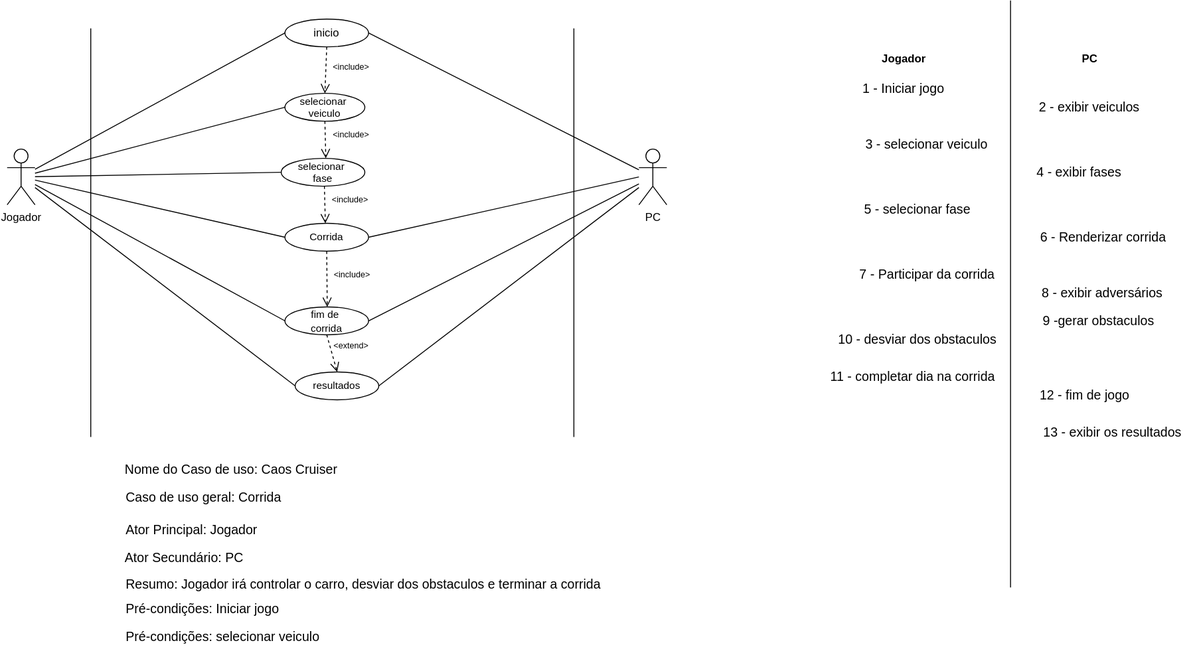
Before: diagrama caso de uso Enduro.drawio.svg, a diagram exported from draw.io (YosagiGames/CaosCruiser). Source tidied: cells renumbered, new cells last; positions are measured from the earlier drawing's top-left corner, leaving out a move shared by most shapes.
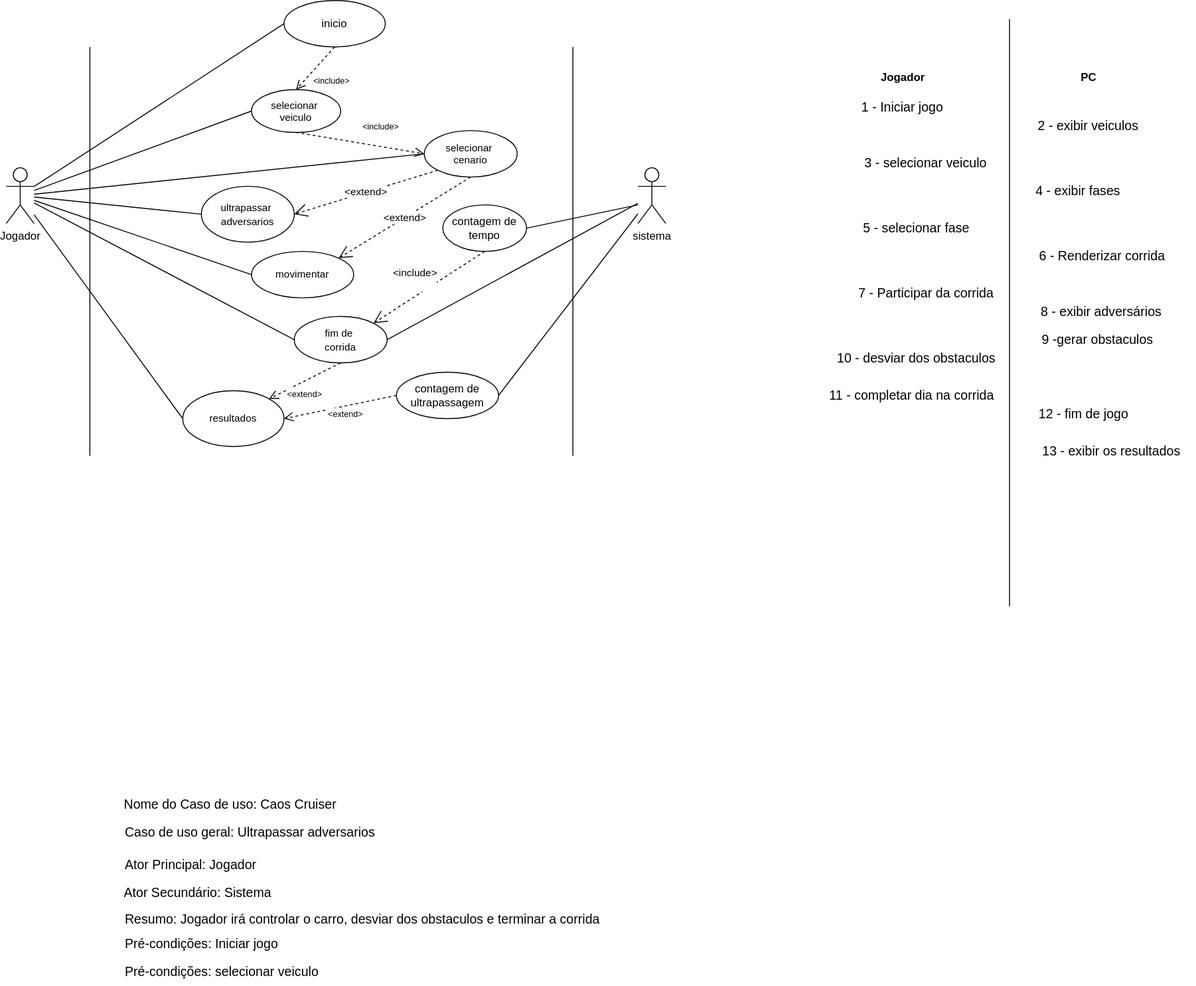
Later version of the same file.

Change to the diagram source:
```diff
@@ -17,26 +17,23 @@
     <mxCell id="4" value="Jogador&lt;div&gt;&lt;br&gt;&lt;/div&gt;" style="shape=umlActor;verticalLabelPosition=bottom;verticalAlign=top;html=1;outlineConnect=0;" parent="1" vertex="1">
       <mxGeometry y="160" width="30" height="60" as="geometry" />
     </mxCell>
-    <mxCell id="5" value="PC&lt;div&gt;&lt;br&gt;&lt;/div&gt;" style="shape=umlActor;verticalLabelPosition=bottom;verticalAlign=top;html=1;outlineConnect=0;" parent="1" vertex="1">
+    <mxCell id="5" value="&lt;div&gt;sistema&lt;/div&gt;" style="shape=umlActor;verticalLabelPosition=bottom;verticalAlign=top;html=1;outlineConnect=0;" parent="1" vertex="1">
       <mxGeometry x="680" y="160" width="30" height="60" as="geometry" />
     </mxCell>
     <mxCell id="6" value="inicio" style="ellipse;whiteSpace=wrap;html=1;" parent="1" vertex="1">
-      <mxGeometry x="299" y="20" width="90" height="30" as="geometry" />
+      <mxGeometry x="299" y="-20" width="109" height="50" as="geometry" />
     </mxCell>
     <mxCell id="7" value="&lt;font style=&quot;font-size: 11px;&quot;&gt;selecionar&amp;nbsp;&lt;/font&gt;&lt;div style=&quot;font-size: 11px;&quot;&gt;&lt;font style=&quot;font-size: 11px;&quot;&gt;veiculo&lt;/font&gt;&lt;/div&gt;" style="ellipse;whiteSpace=wrap;html=1;" parent="1" vertex="1">
-      <mxGeometry x="299" y="100" width="86" height="30" as="geometry" />
+      <mxGeometry x="264" y="76" width="96" height="46" as="geometry" />
     </mxCell>
-    <mxCell id="8" value="&lt;font style=&quot;font-size: 11px;&quot;&gt;selecionar&amp;nbsp;&lt;/font&gt;&lt;div style=&quot;font-size: 11px;&quot;&gt;&lt;font style=&quot;font-size: 11px;&quot;&gt;fase&lt;/font&gt;&lt;/div&gt;" style="ellipse;whiteSpace=wrap;html=1;" parent="1" vertex="1">
-      <mxGeometry x="295" y="170" width="90" height="30" as="geometry" />
+    <mxCell id="8" value="&lt;font style=&quot;font-size: 11px;&quot;&gt;selecionar&amp;nbsp;&lt;/font&gt;&lt;div style=&quot;font-size: 11px;&quot;&gt;cenario&lt;/div&gt;" style="ellipse;whiteSpace=wrap;html=1;" parent="1" vertex="1">
+      <mxGeometry x="450" y="120" width="100" height="50" as="geometry" />
     </mxCell>
-    <mxCell id="9" value="&lt;span style=&quot;font-size: 11px;&quot;&gt;Corrida&lt;/span&gt;" style="ellipse;whiteSpace=wrap;html=1;" parent="1" vertex="1">
-      <mxGeometry x="299" y="240" width="90" height="30" as="geometry" />
-    </mxCell>
     <mxCell id="10" value="&lt;span style=&quot;font-size: 11px;&quot;&gt;fim de&amp;nbsp;&lt;/span&gt;&lt;div&gt;&lt;span style=&quot;font-size: 11px;&quot;&gt;corrida&lt;/span&gt;&lt;/div&gt;" style="ellipse;whiteSpace=wrap;html=1;" parent="1" vertex="1">
-      <mxGeometry x="299" y="330" width="90" height="30" as="geometry" />
+      <mxGeometry x="310" y="320" width="100" height="50" as="geometry" />
     </mxCell>
     <mxCell id="11" value="&lt;span style=&quot;font-size: 11px;&quot;&gt;resultados&lt;/span&gt;" style="ellipse;whiteSpace=wrap;html=1;" parent="1" vertex="1">
-      <mxGeometry x="310" y="400" width="90" height="30" as="geometry" />
+      <mxGeometry x="190" y="400" width="109" height="60" as="geometry" />
     </mxCell>
     <mxCell id="12" style="endArrow=none;html=1;rounded=0;entryX=0;entryY=0.5;entryDx=0;entryDy=0;" parent="1" edge="1" source="4" target="6">
       <mxGeometry relative="1" as="geometry" />
@@ -47,7 +44,7 @@
     <mxCell id="14" style="endArrow=none;html=1;rounded=0;entryX=0;entryY=0.5;entryDx=0;entryDy=0;" parent="1" edge="1" source="4" target="8">
       <mxGeometry relative="1" as="geometry" />
     </mxCell>
-    <mxCell id="15" style="endArrow=none;html=1;rounded=0;entryX=0;entryY=0.5;entryDx=0;entryDy=0;" parent="1" edge="1" source="4" target="9">
+    <mxCell id="15" style="endArrow=none;html=1;rounded=0;entryX=0;entryY=0.5;entryDx=0;entryDy=0;" parent="1" edge="1" source="4" target="51">
       <mxGeometry relative="1" as="geometry" />
     </mxCell>
     <mxCell id="16" style="endArrow=none;html=1;rounded=0;entryX=0;entryY=0.5;entryDx=0;entryDy=0;" parent="1" edge="1" source="4" target="10">
@@ -56,43 +53,17 @@
     <mxCell id="17" style="endArrow=none;html=1;rounded=0;entryX=0;entryY=0.5;entryDx=0;entryDy=0;" parent="1" edge="1" source="4" target="11">
       <mxGeometry relative="1" as="geometry" />
     </mxCell>
-    <mxCell id="18" style="endArrow=none;html=1;rounded=0;entryX=1;entryY=0.5;entryDx=0;entryDy=0;" parent="1" edge="1" source="5" target="6">
-      <mxGeometry relative="1" as="geometry" />
-    </mxCell>
-    <mxCell id="19" style="endArrow=none;html=1;rounded=0;entryX=1;entryY=0.5;entryDx=0;entryDy=0;" parent="1" edge="1" target="9">
-      <mxGeometry relative="1" as="geometry">
-        <mxPoint x="680" y="190" as="sourcePoint" />
-      </mxGeometry>
-    </mxCell>
     <mxCell id="20" style="endArrow=none;html=1;rounded=0;entryX=1;entryY=0.5;entryDx=0;entryDy=0;" parent="1" edge="1" source="5" target="10">
       <mxGeometry relative="1" as="geometry" />
     </mxCell>
-    <mxCell id="21" style="endArrow=none;html=1;rounded=0;entryX=1;entryY=0.5;entryDx=0;entryDy=0;" parent="1" edge="1" source="5" target="11">
-      <mxGeometry relative="1" as="geometry" />
-    </mxCell>
     <mxCell id="22" value="&lt;font style=&quot;font-size: 9px;&quot;&gt;&amp;lt;include&amp;gt;&lt;/font&gt;" style="html=1;verticalAlign=bottom;endArrow=open;dashed=1;endSize=8;curved=0;rounded=0;exitX=0.5;exitY=1;exitDx=0;exitDy=0;entryX=0.5;entryY=0;entryDx=0;entryDy=0;" parent="1" edge="1" source="6" target="7">
       <mxGeometry x="0.16" y="27" relative="1" as="geometry" />
     </mxCell>
-    <mxCell id="23" value="&lt;font style=&quot;font-size: 9px;&quot;&gt;&amp;lt;include&amp;gt;&lt;/font&gt;" style="html=1;verticalAlign=bottom;endArrow=open;dashed=1;endSize=8;curved=0;rounded=0;exitX=0.5;exitY=1;exitDx=0;exitDy=0;entryX=0.5;entryY=0;entryDx=0;entryDy=0;" parent="1" edge="1" source="7">
-      <mxGeometry x="0.16" y="27" relative="1" as="geometry">
-        <mxPoint x="343" y="170" as="targetPoint" />
-      </mxGeometry>
+    <mxCell id="23" value="&lt;font style=&quot;font-size: 9px;&quot;&gt;&amp;lt;include&amp;gt;&lt;/font&gt;" style="html=1;verticalAlign=bottom;endArrow=open;dashed=1;endSize=8;curved=0;rounded=0;exitX=0.5;exitY=1;exitDx=0;exitDy=0;entryX=0;entryY=0.5;entryDx=0;entryDy=0;" parent="1" edge="1" source="7" target="8">
+      <mxGeometry x="0.28" y="13" relative="1" as="geometry" />
     </mxCell>
-    <mxCell id="24" value="&lt;font style=&quot;font-size: 9px;&quot;&gt;&amp;lt;include&amp;gt;&lt;/font&gt;" style="html=1;verticalAlign=bottom;endArrow=open;dashed=1;endSize=8;curved=0;rounded=0;exitX=0.5;exitY=1;exitDx=0;exitDy=0;entryX=0.5;entryY=0;entryDx=0;entryDy=0;" parent="1" edge="1">
-      <mxGeometry x="0.16" y="27" relative="1" as="geometry">
-        <mxPoint x="341.5" y="200" as="sourcePoint" />
-        <mxPoint x="342.5" y="240" as="targetPoint" />
-      </mxGeometry>
-    </mxCell>
-    <mxCell id="25" value="&lt;font style=&quot;font-size: 9px;&quot;&gt;&amp;lt;include&amp;gt;&lt;/font&gt;" style="html=1;verticalAlign=bottom;endArrow=open;dashed=1;endSize=8;curved=0;rounded=0;exitX=0.5;exitY=1;exitDx=0;exitDy=0;entryX=0.5;entryY=0;entryDx=0;entryDy=0;" parent="1" edge="1" source="9">
-      <mxGeometry x="0.16" y="27" relative="1" as="geometry">
-        <mxPoint x="344.5" y="330" as="targetPoint" />
-      </mxGeometry>
-    </mxCell>
-    <mxCell id="26" value="&lt;font style=&quot;font-size: 9px;&quot;&gt;&amp;lt;extend&amp;gt;&lt;/font&gt;" style="html=1;verticalAlign=bottom;endArrow=open;dashed=1;endSize=8;curved=0;rounded=0;exitX=0.5;exitY=1;exitDx=0;exitDy=0;entryX=0.5;entryY=0;entryDx=0;entryDy=0;" parent="1" edge="1" source="10">
-      <mxGeometry x="0.27" y="20" relative="1" as="geometry">
-        <mxPoint x="355.2" y="400" as="targetPoint" />
-      </mxGeometry>
+    <mxCell id="26" value="&lt;font style=&quot;font-size: 9px;&quot;&gt;&amp;lt;extend&amp;gt;&lt;/font&gt;" style="html=1;verticalAlign=bottom;endArrow=open;dashed=1;endSize=8;curved=0;rounded=0;exitX=0.5;exitY=1;exitDx=0;exitDy=0;entryX=1;entryY=0;entryDx=0;entryDy=0;" parent="1" edge="1" source="10" target="11">
+      <mxGeometry x="0.27" y="20" relative="1" as="geometry" />
     </mxCell>
     <mxCell id="27" value="Jogador" style="text;align=center;fontStyle=1;verticalAlign=middle;spacingLeft=3;spacingRight=3;strokeColor=none;html=1;" parent="1" vertex="1">
       <mxGeometry x="925" y="50" width="80" height="26" as="geometry" />
@@ -107,25 +78,25 @@
       </mxGeometry>
     </mxCell>
     <mxCell id="30" value="&lt;font style=&quot;font-size: 14px;&quot;&gt;Nome do Caso de uso: Caos Cruiser&lt;/font&gt;" style="text;html=1;align=left;verticalAlign=middle;whiteSpace=wrap;rounded=0;" parent="1" vertex="1">
-      <mxGeometry x="124.5" y="490" width="450" height="30" as="geometry" />
+      <mxGeometry x="124.5" y="830" width="450" height="30" as="geometry" />
     </mxCell>
-    <mxCell id="31" value="&lt;font style=&quot;font-size: 14px;&quot;&gt;Caso de uso geral: Corrida&lt;/font&gt;" style="text;html=1;align=left;verticalAlign=middle;whiteSpace=wrap;rounded=0;" parent="1" vertex="1">
-      <mxGeometry x="125.5" y="520" width="450" height="30" as="geometry" />
+    <mxCell id="31" value="&lt;font style=&quot;font-size: 14px;&quot;&gt;Caso de uso geral: Ultrapassar adversarios&lt;/font&gt;" style="text;html=1;align=left;verticalAlign=middle;whiteSpace=wrap;rounded=0;" parent="1" vertex="1">
+      <mxGeometry x="125.5" y="860" width="450" height="30" as="geometry" />
     </mxCell>
     <mxCell id="32" value="&lt;font style=&quot;font-size: 14px;&quot;&gt;Ator Principal: Jogador&lt;/font&gt;" style="text;html=1;align=left;verticalAlign=middle;whiteSpace=wrap;rounded=0;" parent="1" vertex="1">
-      <mxGeometry x="125.5" y="555" width="450" height="30" as="geometry" />
+      <mxGeometry x="125.5" y="895" width="450" height="30" as="geometry" />
     </mxCell>
-    <mxCell id="33" value="&lt;font style=&quot;font-size: 14px;&quot;&gt;Ator Secundário: PC&lt;/font&gt;" style="text;html=1;align=left;verticalAlign=middle;whiteSpace=wrap;rounded=0;" parent="1" vertex="1">
-      <mxGeometry x="124.5" y="584.5" width="450" height="30" as="geometry" />
+    <mxCell id="33" value="&lt;font style=&quot;font-size: 14px;&quot;&gt;Ator Secundário: Sistema&lt;/font&gt;" style="text;html=1;align=left;verticalAlign=middle;whiteSpace=wrap;rounded=0;" parent="1" vertex="1">
+      <mxGeometry x="124.5" y="924.5" width="450" height="30" as="geometry" />
     </mxCell>
     <mxCell id="34" value="&lt;font style=&quot;font-size: 14px;&quot;&gt;Resumo: Jogador irá controlar o carro, desviar dos obstaculos e terminar a corrida&lt;/font&gt;" style="text;html=1;align=left;verticalAlign=middle;whiteSpace=wrap;rounded=0;" parent="1" vertex="1">
-      <mxGeometry x="125.5" y="614" width="544.5" height="30" as="geometry" />
+      <mxGeometry x="125.5" y="954" width="544.5" height="30" as="geometry" />
     </mxCell>
     <mxCell id="35" value="&lt;font style=&quot;font-size: 14px;&quot;&gt;Pré-condições: Iniciar jogo&lt;/font&gt;" style="text;html=1;align=left;verticalAlign=middle;whiteSpace=wrap;rounded=0;" parent="1" vertex="1">
-      <mxGeometry x="125.5" y="640" width="460" height="30" as="geometry" />
+      <mxGeometry x="125.5" y="980" width="460" height="30" as="geometry" />
     </mxCell>
     <mxCell id="36" value="&lt;font style=&quot;font-size: 14px;&quot;&gt;Pré-condições: selecionar veiculo&lt;/font&gt;" style="text;html=1;align=left;verticalAlign=middle;whiteSpace=wrap;rounded=0;" parent="1" vertex="1">
-      <mxGeometry x="125.5" y="670" width="460" height="30" as="geometry" />
+      <mxGeometry x="125.5" y="1010" width="460" height="30" as="geometry" />
     </mxCell>
     <mxCell id="37" value="&lt;font style=&quot;font-size: 14px;&quot;&gt;1 - Iniciar jogo&lt;/font&gt;" style="text;html=1;align=center;verticalAlign=middle;whiteSpace=wrap;rounded=0;" parent="1" vertex="1">
       <mxGeometry x="900" y="80" width="130" height="30" as="geometry" />
@@ -169,5 +140,40 @@
     <mxCell id="50" value="&lt;font style=&quot;font-size: 14px;&quot;&gt;13 - exibir os resultados&lt;/font&gt;" style="text;html=1;align=center;verticalAlign=middle;whiteSpace=wrap;rounded=0;" parent="1" vertex="1">
       <mxGeometry x="1100" y="450" width="180" height="30" as="geometry" />
     </mxCell>
+    <mxCell id="51" value="&lt;span style=&quot;font-size: 11px;&quot;&gt;ultrapassar&amp;nbsp;&lt;/span&gt;&lt;div&gt;&lt;span style=&quot;font-size: 11px;&quot;&gt;adversarios&lt;/span&gt;&lt;/div&gt;" style="ellipse;whiteSpace=wrap;html=1;" parent="1" vertex="1">
+      <mxGeometry x="210" y="180" width="100" height="60" as="geometry" />
+    </mxCell>
+    <mxCell id="52" value="&amp;lt;extend&amp;gt;" style="endArrow=open;endSize=12;dashed=1;html=1;rounded=0;entryX=1;entryY=0.5;entryDx=0;entryDy=0;exitX=0;exitY=1;exitDx=0;exitDy=0;" parent="1" edge="1" source="8" target="51">
+      <mxGeometry relative="1" as="geometry" />
+    </mxCell>
+    <mxCell id="53" value="contagem de tempo" style="ellipse;whiteSpace=wrap;html=1;" parent="1" vertex="1">
+      <mxGeometry x="470" y="200" width="90" height="50" as="geometry" />
+    </mxCell>
+    <mxCell id="54" style="endArrow=none;html=1;rounded=0;exitX=1;exitY=0.5;exitDx=0;exitDy=0;" parent="1" edge="1" source="53">
+      <mxGeometry relative="1" as="geometry">
+        <mxPoint x="680" y="200" as="targetPoint" />
+      </mxGeometry>
+    </mxCell>
+    <mxCell id="55" value="&lt;span style=&quot;font-size: 11px;&quot;&gt;movimentar&lt;/span&gt;" style="ellipse;whiteSpace=wrap;html=1;" parent="1" vertex="1">
+      <mxGeometry x="264" y="250" width="110" height="50" as="geometry" />
+    </mxCell>
+    <mxCell id="56" value="&amp;lt;extend&amp;gt;" style="endArrow=open;endSize=12;dashed=1;html=1;rounded=0;entryX=1;entryY=0;entryDx=0;entryDy=0;exitX=0.5;exitY=1;exitDx=0;exitDy=0;" parent="1" edge="1" source="8" target="55">
+      <mxGeometry relative="1" as="geometry" />
+    </mxCell>
+    <mxCell id="57" style="endArrow=none;html=1;rounded=0;entryX=0;entryY=0.5;entryDx=0;entryDy=0;" parent="1" edge="1" source="4" target="55">
+      <mxGeometry relative="1" as="geometry" />
+    </mxCell>
+    <mxCell id="58" value="&amp;lt;include&amp;gt;&lt;div&gt;&lt;br&gt;&lt;/div&gt;" style="endArrow=open;endSize=12;dashed=1;html=1;rounded=0;entryX=1;entryY=0;entryDx=0;entryDy=0;exitX=0.5;exitY=1;exitDx=0;exitDy=0;" parent="1" edge="1" source="53" target="10">
+      <mxGeometry x="0.11" y="-16" relative="1" as="geometry" />
+    </mxCell>
+    <mxCell id="59" value="contagem de ultrapassagem" style="ellipse;whiteSpace=wrap;html=1;" parent="1" vertex="1">
+      <mxGeometry x="420" y="380" width="110" height="50" as="geometry" />
+    </mxCell>
+    <mxCell id="60" style="endArrow=none;html=1;rounded=0;exitX=1;exitY=0.5;exitDx=0;exitDy=0;" parent="1" edge="1" source="59" target="5">
+      <mxGeometry relative="1" as="geometry" />
+    </mxCell>
+    <mxCell id="61" value="&lt;font style=&quot;font-size: 9px;&quot;&gt;&amp;lt;extend&amp;gt;&lt;/font&gt;" style="html=1;verticalAlign=bottom;endArrow=open;dashed=1;endSize=8;curved=0;rounded=0;exitX=0;exitY=0.5;exitDx=0;exitDy=0;entryX=1;entryY=0.5;entryDx=0;entryDy=0;" parent="1" edge="1" source="59" target="11">
+      <mxGeometry x="-0.04" y="17" relative="1" as="geometry" />
+    </mxCell>
   </root>
 </mxGraphModel>
```
